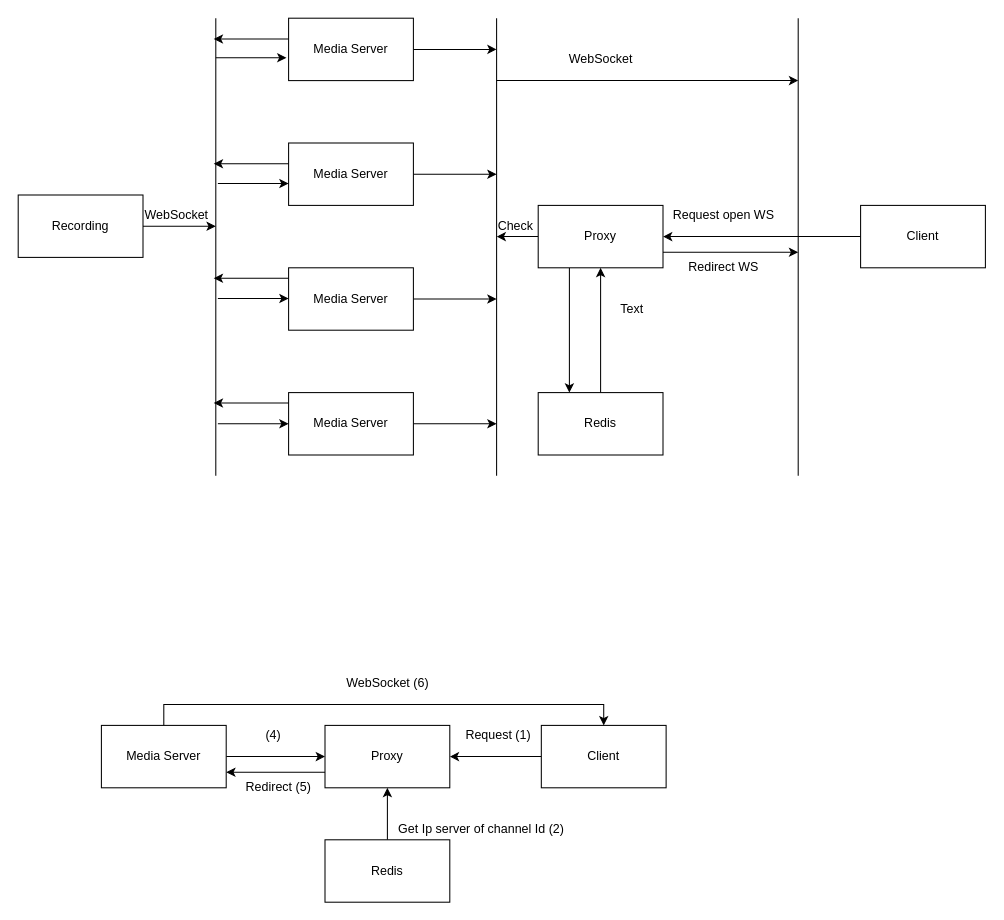
Above: Untitled Diagram.drawio in Trananh95/ML_basic (draw.io), before the change. Source tidied: cells renumbered, new cells numbered last; positions are measured from the earlier drawing's top-left corner, leaving out a move shared by most shapes. Both pictures are drawn from the tidied source at 104%, with x=0, y=0 at pixel (18, 18).
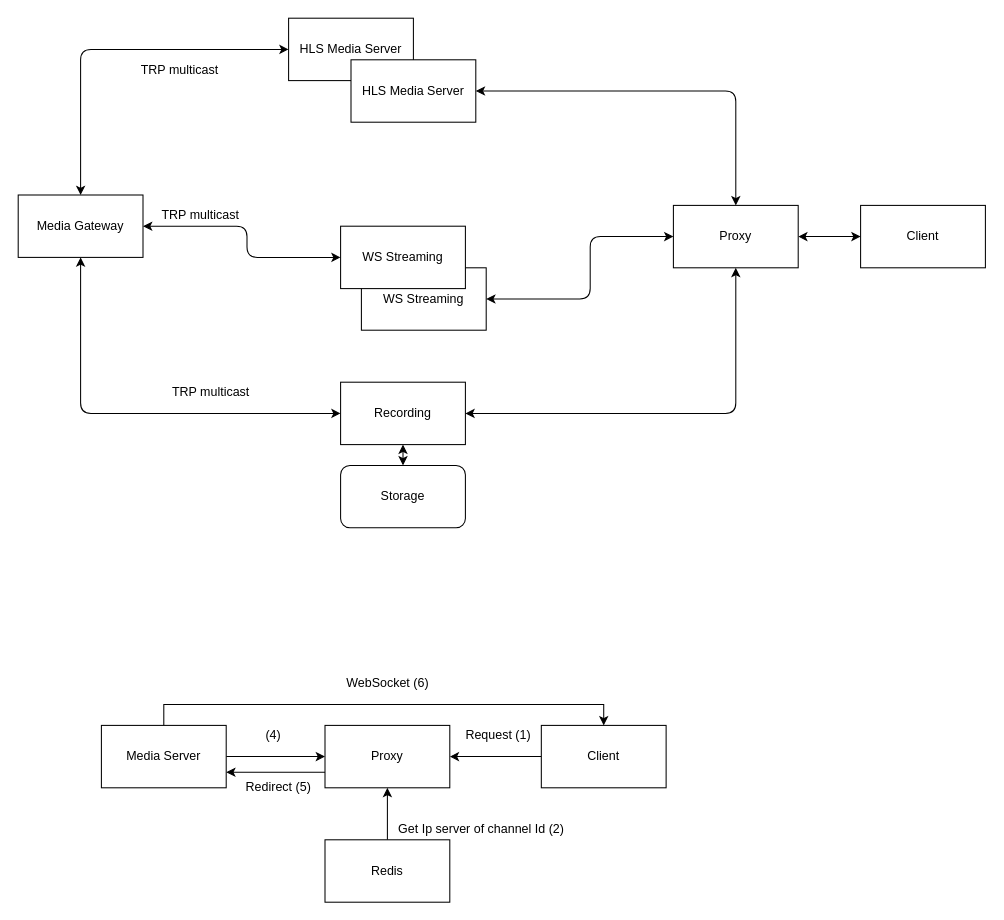
The same diagram, later.

Unchanged cells that the change refers to:
```xml
<mxCell id="27" value="Client" style="rounded=0;whiteSpace=wrap;html=1;" parent="1" vertex="1">
  <mxGeometry x="810" y="180" width="120" height="60" as="geometry" />
</mxCell>
```

Change to the diagram source:
```diff
@@
-    <mxCell id="2" style="edgeStyle=orthogonalEdgeStyle;rounded=0;jettySize=auto;html=1;exitX=1;exitY=0.5;exitDx=0;exitDy=0;" parent="1" edge="1" source="3">
-      <mxGeometry relative="1" as="geometry">
-        <mxPoint x="190" y="200" as="targetPoint" />
-      </mxGeometry>
-    </mxCell>
-    <mxCell id="3" value="Recording" style="rounded=0;whiteSpace=wrap;html=1;" parent="1" vertex="1">
+    <mxCell id="3" value="Media Gateway" style="rounded=0;whiteSpace=wrap;html=1;" parent="1" vertex="1">
       <mxGeometry y="170" width="120" height="60" as="geometry" />
     </mxCell>
-    <mxCell id="4" style="edgeStyle=orthogonalEdgeStyle;rounded=0;jettySize=auto;html=1;exitX=1;exitY=0.5;exitDx=0;exitDy=0;" parent="1" edge="1" source="5">
-      <mxGeometry relative="1" as="geometry">
-        <mxPoint x="460" y="30" as="targetPoint" />
-      </mxGeometry>
-    </mxCell>
-    <mxCell id="5" value="Media Server" style="rounded=0;whiteSpace=wrap;html=1;" parent="1" vertex="1">
+    <mxCell id="5" value="HLS Media Server" style="rounded=0;whiteSpace=wrap;html=1;" parent="1" vertex="1">
       <mxGeometry x="260" width="120" height="60" as="geometry" />
     </mxCell>
-    <mxCell id="6" style="edgeStyle=orthogonalEdgeStyle;rounded=0;jettySize=auto;html=1;exitX=1;exitY=0.5;exitDx=0;exitDy=0;" parent="1" edge="1" source="7">
-      <mxGeometry relative="1" as="geometry">
-        <mxPoint x="460" y="150" as="targetPoint" />
-      </mxGeometry>
-    </mxCell>
-    <mxCell id="7" value="&lt;span&gt;Media Server&lt;/span&gt;" style="rounded=0;whiteSpace=wrap;html=1;" parent="1" vertex="1">
-      <mxGeometry x="260" y="120" width="120" height="60" as="geometry" />
+    <mxCell id="7" value="HLS Media Server" style="rounded=0;whiteSpace=wrap;html=1;" parent="1" vertex="1">
+      <mxGeometry x="320" y="40" width="120" height="60" as="geometry" />
     </mxCell>
-    <mxCell id="8" style="edgeStyle=orthogonalEdgeStyle;rounded=0;jettySize=auto;html=1;exitX=1;exitY=0.5;exitDx=0;exitDy=0;" parent="1" edge="1" source="9">
-      <mxGeometry relative="1" as="geometry">
-        <mxPoint x="460" y="270" as="targetPoint" />
-      </mxGeometry>
-    </mxCell>
-    <mxCell id="9" value="&lt;span&gt;Media Server&lt;/span&gt;" style="rounded=0;whiteSpace=wrap;html=1;" parent="1" vertex="1">
-      <mxGeometry x="260" y="240" width="120" height="60" as="geometry" />
+    <mxCell id="9" value="&lt;span&gt;WS Streaming&lt;/span&gt;" style="rounded=0;whiteSpace=wrap;html=1;" parent="1" vertex="1">
+      <mxGeometry x="330" y="240" width="120" height="60" as="geometry" />
     </mxCell>
-    <mxCell id="10" style="edgeStyle=orthogonalEdgeStyle;rounded=0;jettySize=auto;html=1;exitX=1;exitY=0.5;exitDx=0;exitDy=0;" parent="1" edge="1" source="11">
-      <mxGeometry relative="1" as="geometry">
-        <mxPoint x="460" y="390" as="targetPoint" />
-      </mxGeometry>
-    </mxCell>
-    <mxCell id="11" value="&lt;span&gt;Media Server&lt;/span&gt;" style="rounded=0;whiteSpace=wrap;html=1;" parent="1" vertex="1">
-      <mxGeometry x="260" y="360" width="120" height="60" as="geometry" />
+    <mxCell id="11" value="&lt;span&gt;WS Streaming&lt;/span&gt;" style="rounded=0;whiteSpace=wrap;html=1;" parent="1" vertex="1">
+      <mxGeometry x="310" y="200" width="120" height="60" as="geometry" />
     </mxCell>
-    <mxCell id="12" style="endArrow=none;html=1;" parent="1" edge="1">
-      <mxGeometry relative="1" as="geometry">
-        <mxPoint x="190" y="440" as="sourcePoint" />
-        <mxPoint x="190" as="targetPoint" />
-      </mxGeometry>
-    </mxCell>
-    <mxCell id="13" style="endArrow=classic;html=1;entryX=-0.017;entryY=0.633;entryDx=0;entryDy=0;entryPerimeter=0;" parent="1" edge="1" target="5">
-      <mxGeometry relative="1" as="geometry">
-        <mxPoint x="190" y="38" as="sourcePoint" />
-      </mxGeometry>
-    </mxCell>
-    <mxCell id="14" style="endArrow=classic;html=1;entryX=-0.017;entryY=0.633;entryDx=0;entryDy=0;entryPerimeter=0;" parent="1" edge="1">
-      <mxGeometry relative="1" as="geometry">
-        <mxPoint x="192" y="159" as="sourcePoint" />
-        <mxPoint x="260" y="159" as="targetPoint" />
-      </mxGeometry>
-    </mxCell>
-    <mxCell id="15" style="endArrow=classic;html=1;entryX=-0.017;entryY=0.633;entryDx=0;entryDy=0;entryPerimeter=0;" parent="1" edge="1">
-      <mxGeometry relative="1" as="geometry">
-        <mxPoint x="192" y="269.5" as="sourcePoint" />
-        <mxPoint x="260" y="269.5" as="targetPoint" />
-      </mxGeometry>
-    </mxCell>
-    <mxCell id="16" style="endArrow=classic;html=1;entryX=-0.017;entryY=0.633;entryDx=0;entryDy=0;entryPerimeter=0;" parent="1" edge="1">
-      <mxGeometry relative="1" as="geometry">
-        <mxPoint x="192" y="390" as="sourcePoint" />
-        <mxPoint x="260" y="390" as="targetPoint" />
-      </mxGeometry>
-    </mxCell>
-    <mxCell id="17" style="endArrow=classic;html=1;entryX=-0.017;entryY=0.633;entryDx=0;entryDy=0;entryPerimeter=0;" parent="1" edge="1">
-      <mxGeometry relative="1" as="geometry">
-        <mxPoint x="260" y="20" as="sourcePoint" />
-        <mxPoint x="188" y="20" as="targetPoint" />
-      </mxGeometry>
-    </mxCell>
-    <mxCell id="18" style="endArrow=classic;html=1;entryX=-0.017;entryY=0.633;entryDx=0;entryDy=0;entryPerimeter=0;" parent="1" edge="1">
-      <mxGeometry relative="1" as="geometry">
-        <mxPoint x="260" y="140" as="sourcePoint" />
-        <mxPoint x="188" y="140" as="targetPoint" />
-      </mxGeometry>
-    </mxCell>
-    <mxCell id="19" style="endArrow=classic;html=1;entryX=-0.017;entryY=0.633;entryDx=0;entryDy=0;entryPerimeter=0;" parent="1" edge="1">
-      <mxGeometry relative="1" as="geometry">
-        <mxPoint x="260" y="250" as="sourcePoint" />
-        <mxPoint x="188" y="250" as="targetPoint" />
-      </mxGeometry>
-    </mxCell>
-    <mxCell id="20" style="endArrow=classic;html=1;entryX=-0.017;entryY=0.633;entryDx=0;entryDy=0;entryPerimeter=0;" parent="1" edge="1">
-      <mxGeometry relative="1" as="geometry">
-        <mxPoint x="260" y="370" as="sourcePoint" />
-        <mxPoint x="188" y="370" as="targetPoint" />
-      </mxGeometry>
-    </mxCell>
-    <mxCell id="21" style="edgeStyle=orthogonalEdgeStyle;rounded=0;jettySize=auto;html=1;exitX=0;exitY=0.5;exitDx=0;exitDy=0;" parent="1" edge="1" source="24">
-      <mxGeometry relative="1" as="geometry">
-        <mxPoint x="460" y="210" as="targetPoint" />
-      </mxGeometry>
-    </mxCell>
-    <mxCell id="22" style="edgeStyle=orthogonalEdgeStyle;rounded=0;jettySize=auto;html=1;exitX=1;exitY=0.75;exitDx=0;exitDy=0;" parent="1" edge="1" source="24">
-      <mxGeometry relative="1" as="geometry">
-        <mxPoint x="750" y="225" as="targetPoint" />
-      </mxGeometry>
-    </mxCell>
-    <mxCell id="23" style="edgeStyle=orthogonalEdgeStyle;rounded=0;jettySize=auto;html=1;exitX=0.25;exitY=1;exitDx=0;exitDy=0;entryX=0.25;entryY=0;entryDx=0;entryDy=0;" parent="1" edge="1" source="24" target="32">
-      <mxGeometry relative="1" as="geometry" />
-    </mxCell>
     <mxCell id="24" value="&lt;span&gt;Proxy&lt;/span&gt;" style="rounded=0;whiteSpace=wrap;html=1;" parent="1" vertex="1">
-      <mxGeometry x="500" y="180" width="120" height="60" as="geometry" />
+      <mxGeometry x="630" y="180" width="120" height="60" as="geometry" />
     </mxCell>
-    <mxCell id="25" style="endArrow=none;html=1;" parent="1" edge="1">
-      <mxGeometry relative="1" as="geometry">
-        <mxPoint x="460" y="440" as="sourcePoint" />
-        <mxPoint x="460" as="targetPoint" />
-      </mxGeometry>
-    </mxCell>
-    <mxCell id="26" style="edgeStyle=orthogonalEdgeStyle;rounded=0;jettySize=auto;html=1;exitX=0;exitY=0.5;exitDx=0;exitDy=0;entryX=1;entryY=0.5;entryDx=0;entryDy=0;" parent="1" edge="1" source="27" target="24">
-      <mxGeometry relative="1" as="geometry" />
-    </mxCell>
@@
-    <mxCell id="28" style="endArrow=none;html=1;" parent="1" edge="1">
-      <mxGeometry relative="1" as="geometry">
-        <mxPoint x="750" y="440" as="sourcePoint" />
-        <mxPoint x="750" as="targetPoint" />
-      </mxGeometry>
-    </mxCell>
-    <mxCell id="29" style="edgeStyle=orthogonalEdgeStyle;rounded=0;orthogonalLoop=1;jettySize=auto;html=1;" parent="1" edge="1">
-      <mxGeometry relative="1" as="geometry">
-        <mxPoint x="460" y="60" as="sourcePoint" />
-        <mxPoint x="750" y="60" as="targetPoint" />
-      </mxGeometry>
-    </mxCell>
-    <mxCell id="30" value="WebSocket" style="text;html=1;align=center;verticalAlign=middle;strokeColor=none;" parent="1" vertex="1">
-      <mxGeometry x="520" y="30" width="80" height="20" as="geometry" />
-    </mxCell>
-    <mxCell id="31" style="edgeStyle=orthogonalEdgeStyle;rounded=0;jettySize=auto;html=1;exitX=0.5;exitY=0;exitDx=0;exitDy=0;entryX=0.5;entryY=1;entryDx=0;entryDy=0;" parent="1" edge="1" source="32" target="24">
-      <mxGeometry relative="1" as="geometry" />
-    </mxCell>
-    <mxCell id="32" value="&lt;span&gt;Redis&lt;/span&gt;" style="rounded=0;whiteSpace=wrap;html=1;" parent="1" vertex="1">
-      <mxGeometry x="500" y="360" width="120" height="60" as="geometry" />
-    </mxCell>
-    <mxCell id="33" value="Check" style="text;html=1;align=center;verticalAlign=middle;strokeColor=none;" parent="1" vertex="1">
-      <mxGeometry x="453" y="190" width="50" height="20" as="geometry" />
-    </mxCell>
-    <mxCell id="34" value="Redirect WS" style="text;html=1;align=center;verticalAlign=middle;strokeColor=none;" parent="1" vertex="1">
-      <mxGeometry x="638" y="230" width="80" height="20" as="geometry" />
-    </mxCell>
@@
-    <mxCell id="49" value="WebSocket" style="text;html=1;align=center;verticalAlign=middle;strokeColor=none;" parent="1" vertex="1">
-      <mxGeometry x="112" y="180" width="80" height="20" as="geometry" />
-    </mxCell>
-    <mxCell id="50" value="Request open WS" style="text;html=1;align=center;verticalAlign=middle;strokeColor=none;" parent="1" vertex="1">
-      <mxGeometry x="623" y="180" width="110" height="20" as="geometry" />
-    </mxCell>
-    <mxCell id="51" value="Text" style="text;html=1;align=center;verticalAlign=middle;strokeColor=none;" parent="1" vertex="1">
-      <mxGeometry x="570" y="270" width="40" height="20" as="geometry" />
-    </mxCell>
+    <mxCell id="52" style="endArrow=classic;startArrow=classic;html=1;exitX=0.5;exitY=0;exitDx=0;exitDy=0;entryX=0;entryY=0.5;entryDx=0;entryDy=0;" parent="1" edge="1" source="3" target="5">
+      <mxGeometry relative="1" as="geometry">
+        <Array as="points">
+          <mxPoint x="60" y="30" />
+        </Array>
+      </mxGeometry>
+    </mxCell>
+    <mxCell id="53" style="endArrow=classic;startArrow=classic;html=1;exitX=0;exitY=0.5;exitDx=0;exitDy=0;entryX=1;entryY=0.5;entryDx=0;entryDy=0;" parent="1" edge="1" source="11" target="3">
+      <mxGeometry relative="1" as="geometry">
+        <Array as="points">
+          <mxPoint x="220" y="230" />
+          <mxPoint x="220" y="200" />
+        </Array>
+      </mxGeometry>
+    </mxCell>
+    <mxCell id="54" style="endArrow=classic;startArrow=classic;html=1;exitX=1;exitY=0.5;exitDx=0;exitDy=0;entryX=0.5;entryY=0;entryDx=0;entryDy=0;" parent="1" edge="1" source="7" target="24">
+      <mxGeometry relative="1" as="geometry">
+        <Array as="points">
+          <mxPoint x="690" y="70" />
+        </Array>
+      </mxGeometry>
+    </mxCell>
+    <mxCell id="55" style="endArrow=classic;startArrow=classic;html=1;exitX=1;exitY=0.5;exitDx=0;exitDy=0;entryX=0;entryY=0.5;entryDx=0;entryDy=0;" parent="1" edge="1" source="9" target="24">
+      <mxGeometry relative="1" as="geometry">
+        <Array as="points">
+          <mxPoint x="550" y="270" />
+          <mxPoint x="550" y="210" />
+        </Array>
+      </mxGeometry>
+    </mxCell>
+    <mxCell id="56" style="endArrow=classic;startArrow=classic;html=1;entryX=0;entryY=0.5;entryDx=0;entryDy=0;exitX=1;exitY=0.5;exitDx=0;exitDy=0;" parent="1" edge="1" source="24" target="27">
+      <mxGeometry relative="1" as="geometry" />
+    </mxCell>
+    <mxCell id="57" value="Recording" style="rounded=0;whiteSpace=wrap;html=1;" parent="1" vertex="1">
+      <mxGeometry x="310" y="350" width="120" height="60" as="geometry" />
+    </mxCell>
+    <mxCell id="58" style="endArrow=classic;startArrow=classic;html=1;entryX=0.5;entryY=1;entryDx=0;entryDy=0;exitX=0;exitY=0.5;exitDx=0;exitDy=0;" parent="1" edge="1" source="57" target="3">
+      <mxGeometry relative="1" as="geometry">
+        <Array as="points">
+          <mxPoint x="60" y="380" />
+        </Array>
+      </mxGeometry>
+    </mxCell>
+    <mxCell id="59" style="endArrow=classic;startArrow=classic;html=1;exitX=1;exitY=0.5;exitDx=0;exitDy=0;entryX=0.5;entryY=1;entryDx=0;entryDy=0;" parent="1" edge="1" source="57" target="24">
+      <mxGeometry relative="1" as="geometry">
+        <Array as="points">
+          <mxPoint x="690" y="380" />
+        </Array>
+      </mxGeometry>
+    </mxCell>
+    <mxCell id="60" value="Storage" style="rounded=1;whiteSpace=wrap;html=1;" parent="1" vertex="1">
+      <mxGeometry x="310" y="430" width="120" height="60" as="geometry" />
+    </mxCell>
+    <mxCell id="61" style="endArrow=classic;startArrow=classic;html=1;exitX=0.5;exitY=0;exitDx=0;exitDy=0;entryX=0.5;entryY=1;entryDx=0;entryDy=0;" parent="1" edge="1" source="60" target="57">
+      <mxGeometry relative="1" as="geometry" />
+    </mxCell>
+    <mxCell id="62" value="TRP multicast" style="text;html=1;align=center;verticalAlign=middle;strokeColor=none;" parent="1" vertex="1">
+      <mxGeometry x="110" y="40" width="90" height="20" as="geometry" />
+    </mxCell>
+    <mxCell id="63" value="TRP multicast" style="text;html=1;align=center;verticalAlign=middle;strokeColor=none;" parent="1" vertex="1">
+      <mxGeometry x="140" y="350" width="90" height="20" as="geometry" />
+    </mxCell>
+    <mxCell id="64" value="TRP multicast" style="text;html=1;align=center;verticalAlign=middle;strokeColor=none;" parent="1" vertex="1">
+      <mxGeometry x="130" y="180" width="90" height="20" as="geometry" />
+    </mxCell>
```
